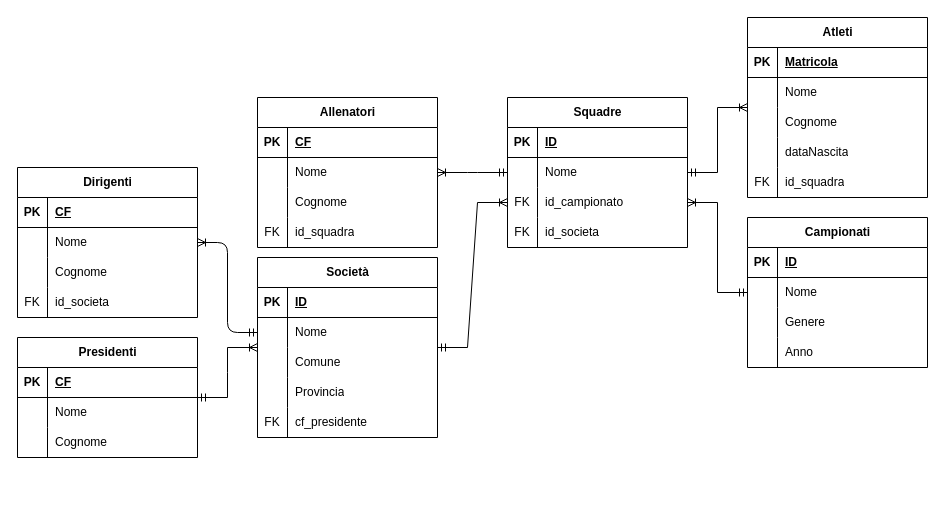
Above: CS_VOLPE.drawio in Yuris-Reds/CS_VOLPE (draw.io), before the change. Source tidied: cells renumbered, new cells numbered last; positions are measured from the earlier drawing's top-left corner, leaving out a move shared by most shapes. Both pictures are drawn from the tidied source at 100%, with x=0, y=0 at pixel (17, 17).
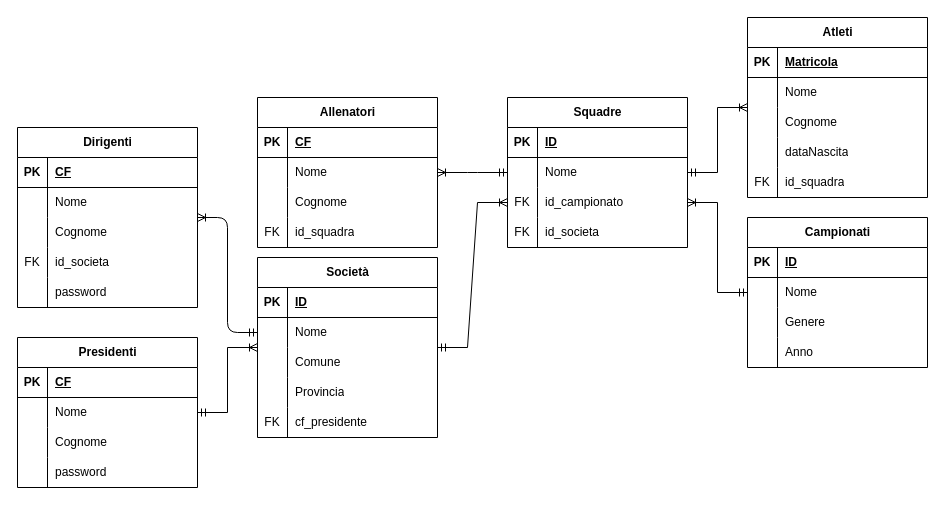
The same page after the edit.

Change to the diagram source:
```diff
@@
     <mxCell id="58" value="Dirigenti" style="shape=table;startSize=30;childLayout=tableLayout;rowLines=0;fontStyle=1;align=center;html=1;" parent="1" vertex="1">
-      <mxGeometry y="150" width="180" height="150" as="geometry" />
+      <mxGeometry y="110" width="180" height="180" as="geometry" />
     </mxCell>
@@
+    <mxCell id="102" style="shape=tableRow;horizontal=0;startSize=0;swimlaneHead=0;swimlaneBody=0;fillColor=none;top=0;left=0;right=0;bottom=0;" parent="58" vertex="1">
+      <mxGeometry y="150" width="180" height="30" as="geometry" />
+    </mxCell>
+    <mxCell id="103" style="shape=partialRectangle;fillColor=none;top=0;left=0;bottom=0;right=0;overflow=hidden;whiteSpace=wrap;html=1;" parent="102" vertex="1">
+      <mxGeometry width="30" height="30" as="geometry" />
+    </mxCell>
+    <mxCell id="104" value="password" style="shape=partialRectangle;fillColor=none;top=0;left=0;bottom=0;right=0;align=left;spacingLeft=6;overflow=hidden;whiteSpace=wrap;html=1;" parent="102" vertex="1">
+      <mxGeometry x="30" width="150" height="30" as="geometry" />
+    </mxCell>
@@
     <mxCell id="87" value="Presidenti" style="shape=table;startSize=30;childLayout=tableLayout;rowLines=0;fontStyle=1;align=center;html=1;" parent="1" vertex="1">
-      <mxGeometry y="320" width="180" height="120" as="geometry" />
+      <mxGeometry y="320" width="180" height="150" as="geometry" />
     </mxCell>
@@
+    <mxCell id="105" style="shape=tableRow;horizontal=0;startSize=0;swimlaneHead=0;swimlaneBody=0;fillColor=none;top=0;left=0;right=0;bottom=0;" parent="87" vertex="1">
+      <mxGeometry y="120" width="180" height="30" as="geometry" />
+    </mxCell>
+    <mxCell id="106" style="shape=partialRectangle;fillColor=none;top=0;left=0;bottom=0;right=0;overflow=hidden;whiteSpace=wrap;html=1;" parent="105" vertex="1">
+      <mxGeometry width="30" height="30" as="geometry" />
+    </mxCell>
+    <mxCell id="107" value="password" style="shape=partialRectangle;fillColor=none;top=0;left=0;bottom=0;right=0;align=left;spacingLeft=6;overflow=hidden;whiteSpace=wrap;html=1;" parent="105" vertex="1">
+      <mxGeometry x="30" width="150" height="30" as="geometry" />
+    </mxCell>
```
